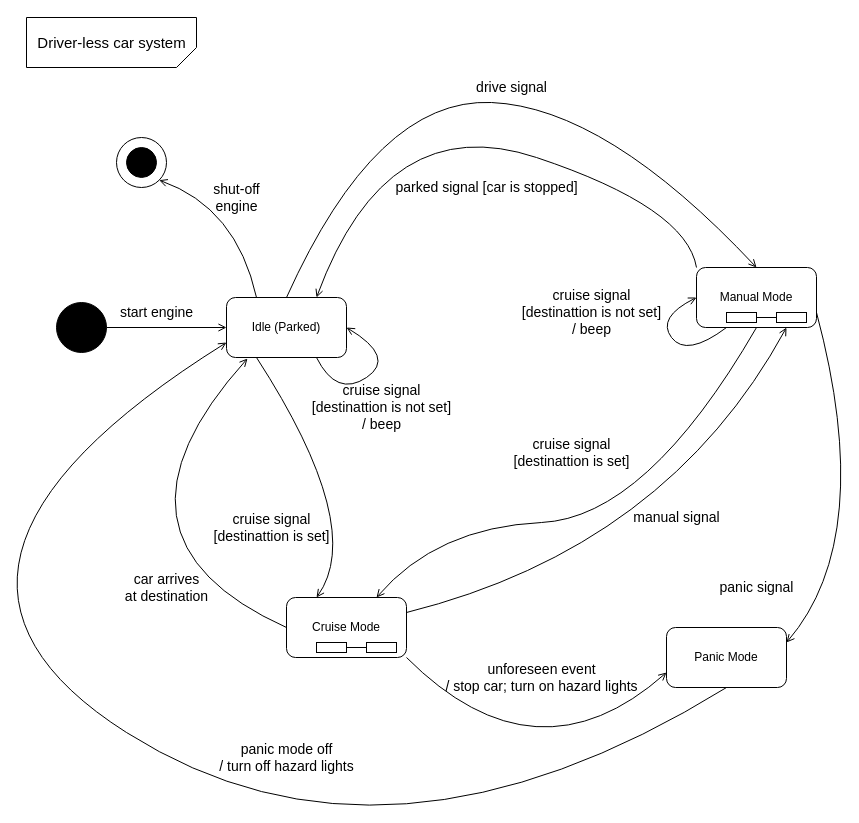
Earlier version of the draw.io diagram page "top-level" (1 of 5) of state-diagram.drawio (gordonpn/soen331-assignment2). Source tidied: cells renumbered, new cells numbered last; positions are measured from the earlier drawing's top-left corner, leaving out a move shared by most shapes. Both pictures are drawn from the tidied source at 100%, with x=0, y=0 at pixel (-134, 17).
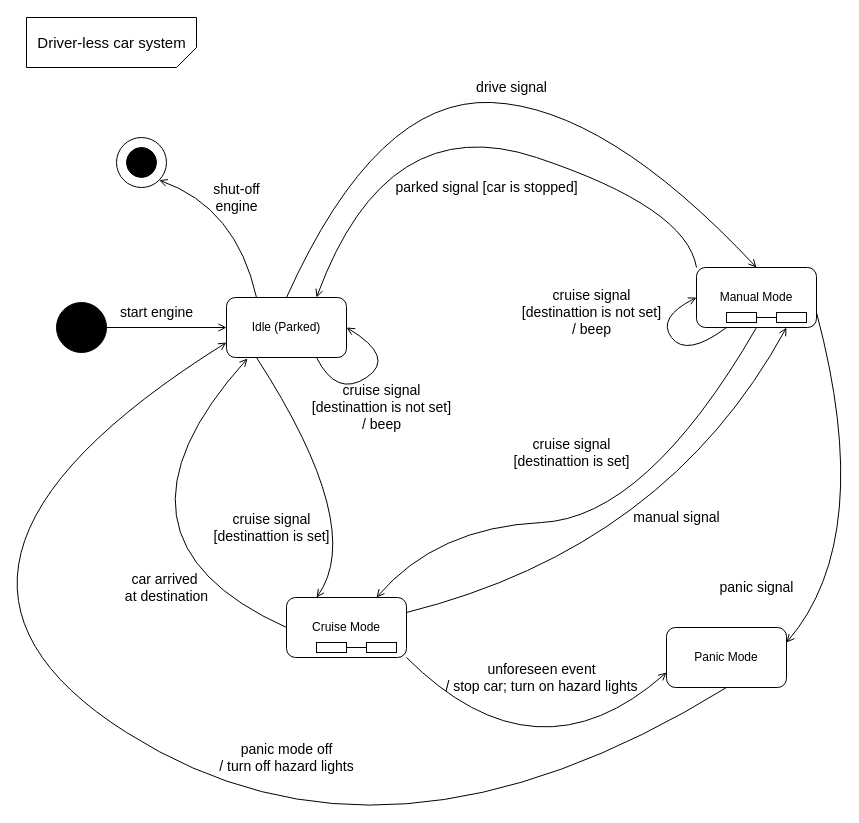
The same diagram, later.

Diff of the diagram source:
```diff
@@
-    <mxCell id="36" value="&lt;span style=&quot;font-size: 14px&quot;&gt;car arrives &lt;br&gt;at destination&lt;/span&gt;" style="text;html=1;align=center;verticalAlign=middle;direction=south;" parent="1" vertex="1">
+    <mxCell id="36" value="&lt;span style=&quot;font-size: 14px&quot;&gt;car arrived&amp;nbsp;&lt;br&gt;at destination&lt;/span&gt;" style="text;html=1;align=center;verticalAlign=middle;direction=south;" parent="1" vertex="1">
       <mxGeometry x="250" y="550" width="100" height="40" as="geometry" />
     </mxCell>
```
